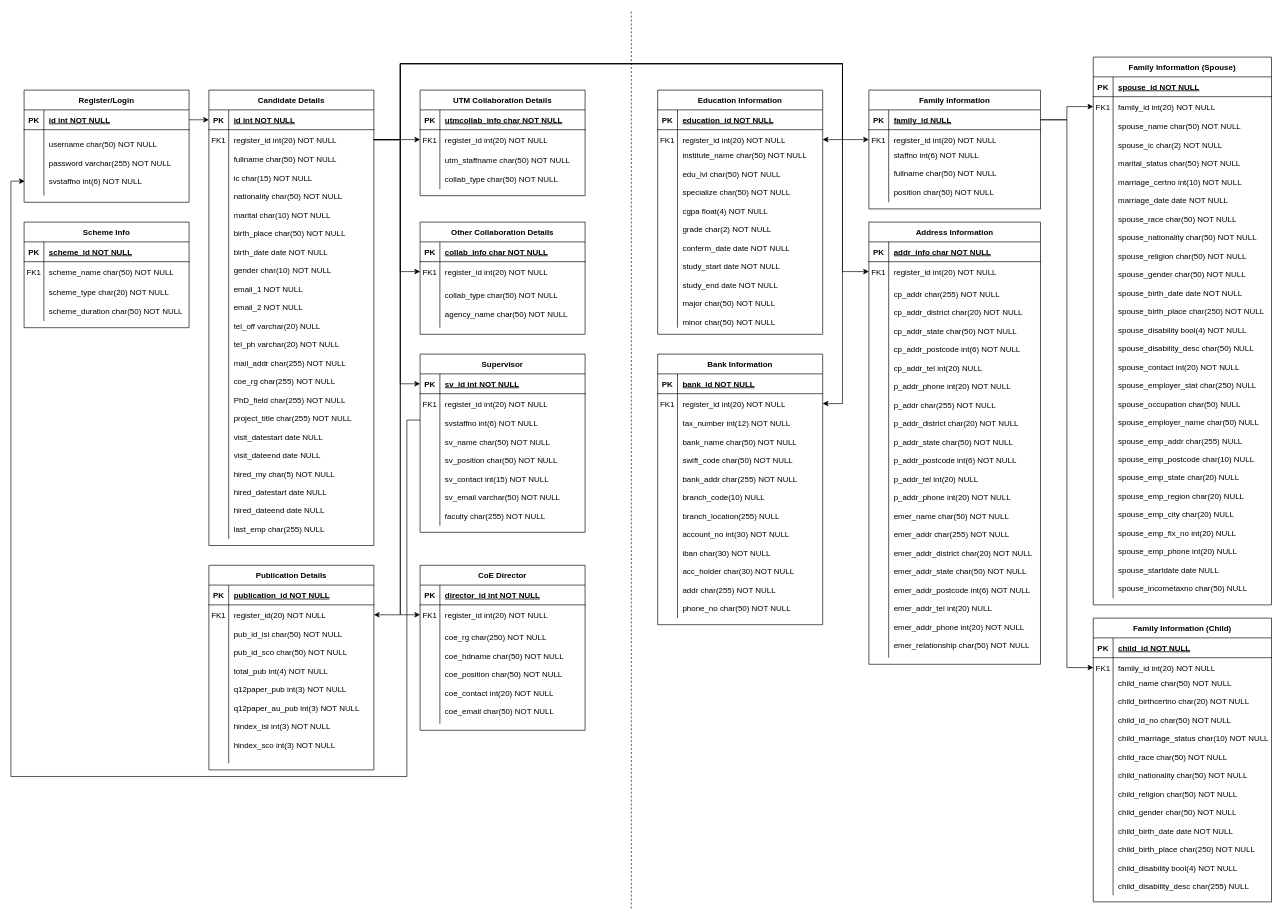
Before: Untitled Diagram.drawio in MohdSanusi/RF, a draw.io diagram. Source tidied: cells renumbered, new cells numbered last; positions are measured from the earlier drawing's top-left corner, leaving out a move shared by most shapes. Both pictures are drawn from the tidied source at 66%, with x=0, y=0 at pixel (11, 11).
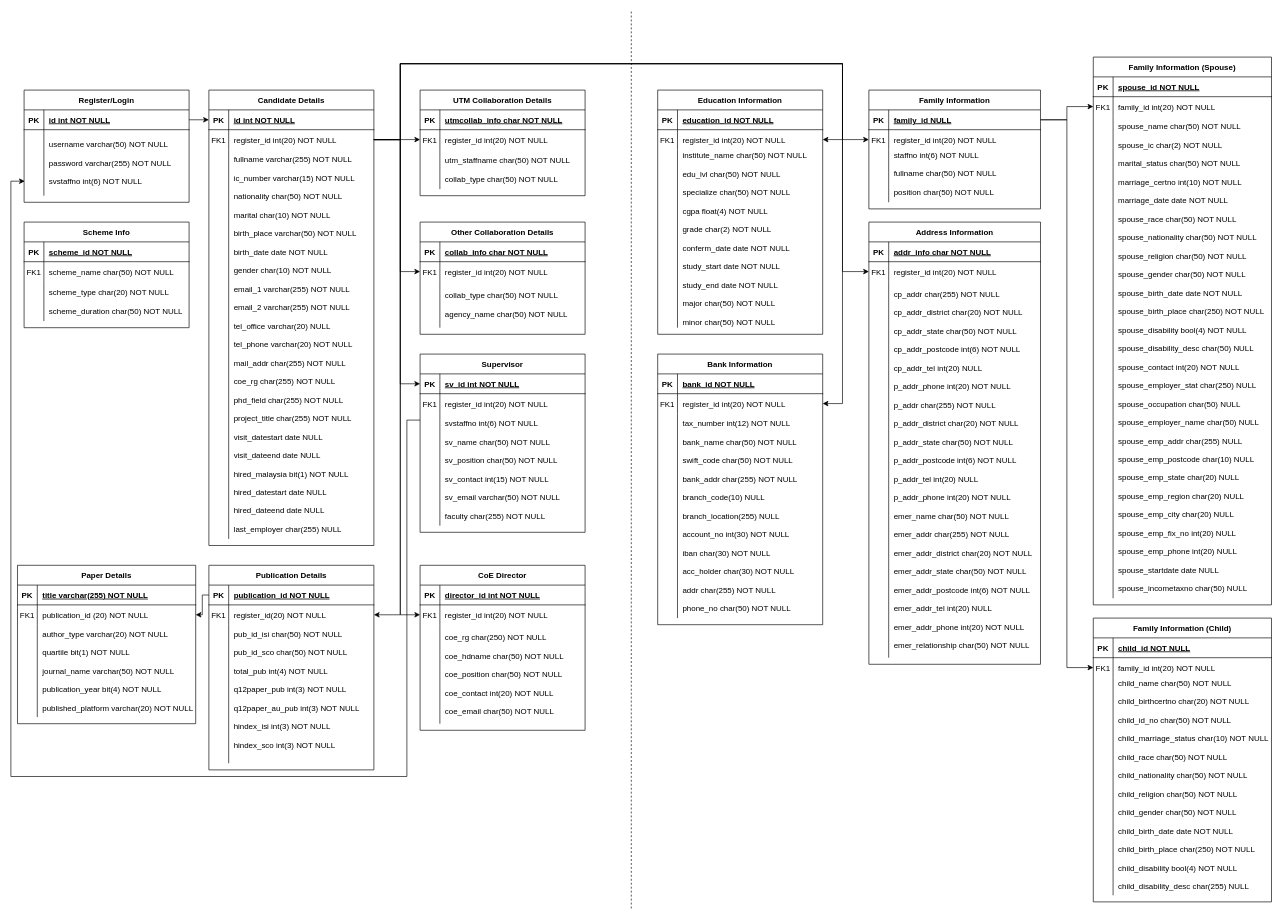
The same page after the edit.

The change refers to these unchanged cells:
```xml
<mxCell id="9" style="shape=partialRectangle;fillColor=none;top=0;left=0;right=0;bottom=0;" parent="2" vertex="1">
  <mxGeometry y="90" width="250" height="590" as="geometry" />
</mxCell>
<mxCell id="16" style="shape=partialRectangle;fillColor=none;points=[[0,0.5],[1,0.5]];portConstraint=eastwest;top=0;left=0;right=0;bottom=0;" parent="12" vertex="1">
  <mxGeometry y="60" width="250" height="100" as="geometry" />
</mxCell>
<mxCell id="141" style="shape=partialRectangle;fillColor=none;points=[[0,0.5],[1,0.5]];portConstraint=eastwest;top=0;left=0;right=0;bottom=1;" parent="140" vertex="1">
  <mxGeometry y="30" width="250" height="30" as="geometry" />
</mxCell>
```

What changed in the source:
```diff
@@
-    <mxCell id="11" value="fullname char(50) NOT NULL&#10;&#10;ic char(15) NOT NULL&#10;&#10;nationality char(50) NOT NULL&#10;&#10;marital char(10) NOT NULL&#10;&#10;birth_place char(50) NOT NULL&#10;&#10;birth_date date NOT NULL&#10;&#10;gender char(10) NOT NULL&#10;&#10;email_1 NOT NULL&#10;&#10;email_2 NOT NULL&#10;&#10;tel_off varchar(20) NULL&#10;&#10;tel_ph varchar(20) NOT NULL&#10;&#10;mail_addr char(255) NOT NULL&#10;&#10;coe_rg char(255) NOT NULL&#10;&#10;PhD_field char(255) NOT NULL&#10;&#10;project_title char(255) NOT NULL&#10;&#10;visit_datestart date NULL&#10;&#10;visit_dateend date NULL&#10;&#10;hired_my char(5) NOT NULL&#10;&#10;hired_datestart date NULL&#10;&#10;hired_dateend date NULL&#10;&#10;last_emp char(255) NULL" style="shape=partialRectangle;overflow=hidden;fillColor=none;top=0;left=0;bottom=0;right=0;align=left;spacingLeft=6;" parent="9" vertex="1">
+    <mxCell id="11" value="fullname varchar(255) NOT NULL&#10;&#10;ic_number varchar(15) NOT NULL&#10;&#10;nationality char(50) NOT NULL&#10;&#10;marital char(10) NOT NULL&#10;&#10;birth_place varchar(50) NOT NULL&#10;&#10;birth_date date NOT NULL&#10;&#10;gender char(10) NOT NULL&#10;&#10;email_1 varchar(255) NOT NULL&#10;&#10;email_2 varchar(255) NOT NULL&#10;&#10;tel_office varchar(20) NULL&#10;&#10;tel_phone varchar(20) NOT NULL&#10;&#10;mail_addr char(255) NOT NULL&#10;&#10;coe_rg char(255) NOT NULL&#10;&#10;phd_field char(255) NOT NULL&#10;&#10;project_title char(255) NOT NULL&#10;&#10;visit_datestart date NULL&#10;&#10;visit_dateend date NULL&#10;&#10;hired_malaysia bit(1) NOT NULL&#10;&#10;hired_datestart date NULL&#10;&#10;hired_dateend date NULL&#10;&#10;last_employer char(255) NULL" style="shape=partialRectangle;overflow=hidden;fillColor=none;top=0;left=0;bottom=0;right=0;align=left;spacingLeft=6;" parent="9" vertex="1">
       <mxGeometry x="30" width="220" height="590" as="geometry" />
     </mxCell>
@@
-    <mxCell id="18" value="username char(50) NOT NULL&#10;&#10;password varchar(255) NOT NULL&#10;&#10;svstaffno int(6) NOT NULL" style="shape=partialRectangle;overflow=hidden;fillColor=none;top=0;left=0;bottom=0;right=0;align=left;spacingLeft=6;" parent="16" vertex="1">
+    <mxCell id="18" value="username varchar(50) NOT NULL&#10;&#10;password varchar(255) NOT NULL&#10;&#10;svstaffno int(6) NOT NULL" style="shape=partialRectangle;overflow=hidden;fillColor=none;top=0;left=0;bottom=0;right=0;align=left;spacingLeft=6;" parent="16" vertex="1">
       <mxGeometry x="30" width="220" height="100" as="geometry" />
     </mxCell>
@@
+    <mxCell id="154" value="Paper Details" style="shape=table;startSize=30;childLayout=tableLayout;rowLines=0;fontStyle=1;align=center;" parent="1" vertex="1">
+      <mxGeometry x="10" y="840" width="270" height="240" as="geometry" />
+    </mxCell>
+    <mxCell id="155" style="shape=tableRow;horizontal=0;startSize=0;swimlaneHead=0;swimlaneBody=0;fillColor=none;top=0;left=0;right=0;bottom=1;" parent="154" vertex="1">
+      <mxGeometry y="30" width="270" height="30" as="geometry" />
+    </mxCell>
+    <mxCell id="156" value="PK" style="shape=partialRectangle;fillColor=none;top=0;left=0;bottom=0;right=0;fontStyle=1;overflow=hidden;" parent="155" vertex="1">
+      <mxGeometry width="30" height="30" as="geometry" />
+    </mxCell>
+    <mxCell id="157" value="title varchar(255) NOT NULL" style="shape=partialRectangle;fillColor=none;top=0;left=0;bottom=0;right=0;align=left;spacingLeft=6;fontStyle=5;overflow=hidden;" parent="155" vertex="1">
+      <mxGeometry x="30" width="240" height="30" as="geometry" />
+    </mxCell>
+    <mxCell id="158" style="shape=tableRow;horizontal=0;startSize=0;swimlaneHead=0;swimlaneBody=0;fillColor=none;points=[[0,0.5],[1,0.5]];portConstraint=eastwest;top=0;left=0;right=0;bottom=0;" parent="154" vertex="1">
+      <mxGeometry y="60" width="270" height="30" as="geometry" />
+    </mxCell>
+    <mxCell id="159" value="FK1" style="shape=partialRectangle;fillColor=none;top=0;left=0;bottom=0;right=0;overflow=hidden;" parent="158" vertex="1">
+      <mxGeometry width="30" height="30" as="geometry" />
+    </mxCell>
+    <mxCell id="160" value="publication_id (20) NOT NULL" style="shape=partialRectangle;fillColor=none;top=0;left=0;bottom=0;right=0;align=left;spacingLeft=6;overflow=hidden;fontStyle=0;" parent="158" vertex="1">
+      <mxGeometry x="30" width="240" height="30" as="geometry" />
+    </mxCell>
+    <mxCell id="161" style="shape=tableRow;horizontal=0;startSize=0;swimlaneHead=0;swimlaneBody=0;fillColor=none;top=0;left=0;right=0;bottom=0;" parent="154" vertex="1">
+      <mxGeometry y="90" width="270" height="140" as="geometry" />
+    </mxCell>
+    <mxCell id="162" style="shape=partialRectangle;fillColor=none;top=0;left=0;bottom=0;right=0;overflow=hidden;" parent="161" vertex="1">
+      <mxGeometry width="30" height="140" as="geometry" />
+    </mxCell>
+    <mxCell id="163" value="author_type varchar(20) NOT NULL&#10;&#10;quartile bit(1) NOT NULL&#10;&#10;journal_name varchar(50) NOT NULL&#10;&#10;publication_year bit(4) NOT NULL&#10;&#10;published_platform varchar(20) NOT NULL" style="shape=partialRectangle;fillColor=none;top=0;left=0;bottom=0;right=0;align=left;spacingLeft=6;overflow=hidden;" parent="161" vertex="1">
+      <mxGeometry x="30" width="240" height="140" as="geometry" />
+    </mxCell>
+    <mxCell id="164" style="edgeStyle=orthogonalEdgeStyle;rounded=0;jettySize=auto;html=1;exitX=0;exitY=0.5;exitDx=0;exitDy=0;entryX=1;entryY=0.5;entryDx=0;entryDy=0;" parent="1" edge="1" source="141" target="158">
+      <mxGeometry relative="1" as="geometry">
+        <Array as="points">
+          <mxPoint x="290" y="885" />
+          <mxPoint x="290" y="915" />
+        </Array>
+      </mxGeometry>
+    </mxCell>
```
